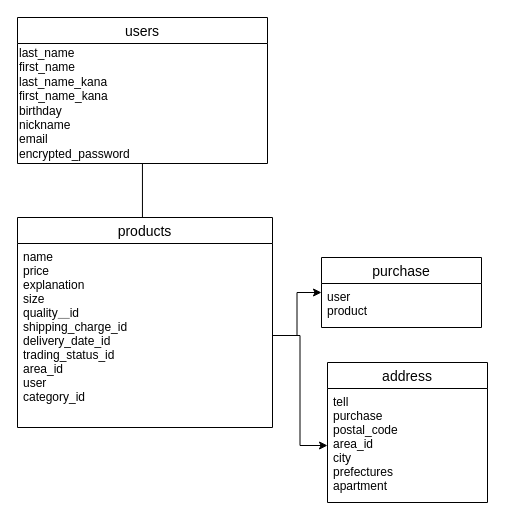
kousu0530/furima-29586 keeps this draw.io diagram as furima.dio. Above is the earlier version. Source tidied: cells renumbered, new cells numbered last; positions are measured from the earlier drawing's top-left corner, leaving out a move shared by most shapes. Both pictures are drawn from the tidied source at 100%, with x=0, y=0 at pixel (17, 17).
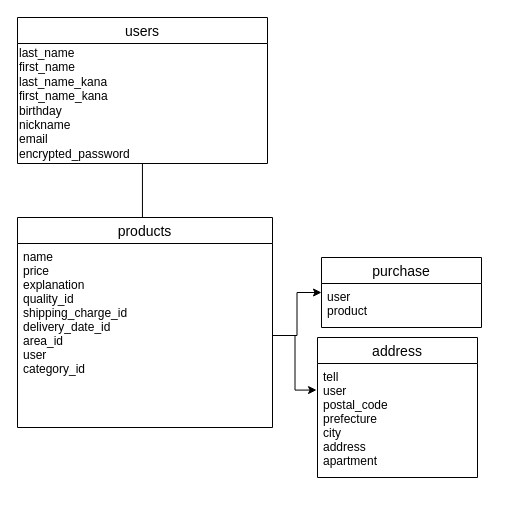
The same diagram, later.

What changed in the source:
```diff
@@
 <mxGraphModel>
   <root>
     <mxCell id="0" />
     <mxCell id="1" parent="0" />
     <mxCell id="2" style="edgeStyle=orthogonalEdgeStyle;rounded=0;jettySize=auto;html=1;entryX=0.49;entryY=0.048;entryDx=0;entryDy=0;entryPerimeter=0;" parent="1" edge="1" source="3" target="6">
       <mxGeometry relative="1" as="geometry" />
     </mxCell>
     <mxCell id="3" value="users" style="swimlane;fontStyle=0;horizontal=1;startSize=26;align=center;fontSize=14;" parent="1" vertex="1">
       <mxGeometry width="250" height="146" as="geometry" />
     </mxCell>
-    <mxCell id="4" value="last_name&amp;nbsp;&lt;br&gt;first_name&lt;br&gt;last_name_kana&lt;br&gt;first_name_kana&lt;br&gt;birthday&lt;br&gt;nickname&lt;br&gt;email&lt;br&gt;encrypted_password" style="text;html=1;align=left;verticalAlign=middle;" parent="3" vertex="1">
+    <mxCell id="4" value="last_name&amp;nbsp;&lt;br&gt;first_name&lt;br&gt;last_name_kana&lt;br&gt;first_name_kana&lt;br&gt;birthday&lt;br&gt;nickname&lt;br&gt;email&lt;font color=&quot;#d4d4d4&quot; face=&quot;menlo, monaco, courier new, monospace&quot;&gt;&lt;span style=&quot;background-color: rgb(30 , 30 , 30)&quot;&gt;&lt;br&gt;&lt;/span&gt;&lt;/font&gt;encrypted_password" style="text;html=1;align=left;verticalAlign=middle;" parent="3" vertex="1">
       <mxGeometry y="26" width="250" height="120" as="geometry" />
     </mxCell>
-    <mxCell id="5" value="&lt;h1&gt;&lt;br&gt;&lt;/h1&gt;" style="text;html=1;align=center;verticalAlign=middle;" parent="1" vertex="1">
-      <mxGeometry x="80" y="95" width="20" height="50" as="geometry" />
-    </mxCell>
     <mxCell id="6" value="products" style="swimlane;fontStyle=0;horizontal=1;startSize=26;align=center;fontSize=14;strokeWidth=1;" parent="1" vertex="1">
       <mxGeometry y="200" width="255" height="210" as="geometry" />
     </mxCell>
-    <mxCell id="7" value="name&#10;price&#10;explanation&#10;size&#10;quality＿id&#10;shipping_charge_id&#10;delivery_date_id&#10;trading_status_id&#10;area_id&#10;user&#10;category_id&#10;" style="text;strokeColor=none;fillColor=none;spacingLeft=4;spacingRight=4;overflow=hidden;points=[[0,0.5],[1,0.5]];portConstraint=eastwest;fontSize=12;" parent="6" vertex="1">
+    <mxCell id="7" value="name&#10;price&#10;explanation&#10;quality_id&#10;shipping_charge_id&#10;delivery_date_id&#10;area_id&#10;user&#10;category_id&#10;" style="text;strokeColor=none;fillColor=none;spacingLeft=4;spacingRight=4;overflow=hidden;points=[[0,0.5],[1,0.5]];portConstraint=eastwest;fontSize=12;" parent="6" vertex="1">
       <mxGeometry y="26" width="255" height="184" as="geometry" />
     </mxCell>
     <mxCell id="8" value="purchase" style="swimlane;fontStyle=0;horizontal=1;startSize=26;align=center;fontSize=14;strokeWidth=1;" parent="1" vertex="1">
       <mxGeometry x="304" y="240" width="160" height="70" as="geometry" />
     </mxCell>
     <mxCell id="9" value="user&#10;product" style="text;strokeColor=none;fillColor=none;spacingLeft=4;spacingRight=4;overflow=hidden;fontSize=12;" parent="8" vertex="1">
       <mxGeometry y="26" width="160" height="44" as="geometry" />
     </mxCell>
     <mxCell id="10" style="edgeStyle=orthogonalEdgeStyle;rounded=0;jettySize=auto;html=1;exitX=1;exitY=0.5;exitDx=0;exitDy=0;entryX=0;entryY=0.5;entryDx=0;entryDy=0;" parent="1" edge="1" source="7" target="8">
       <mxGeometry relative="1" as="geometry" />
     </mxCell>
-    <mxCell id="11" value="address" style="swimlane;fontStyle=0;horizontal=1;startSize=26;align=center;fontSize=14;strokeWidth=1;" parent="1" vertex="1">
-      <mxGeometry x="310" y="345" width="160" height="140" as="geometry" />
-    </mxCell>
-    <mxCell id="12" value="tell&#10;purchase&#10;postal_code&#10;area_id&#10;city&#10;prefectures&#10;apartment" style="text;strokeColor=none;fillColor=none;spacingLeft=4;spacingRight=4;overflow=hidden;points=[[0,0.5],[1,0.5]];portConstraint=eastwest;fontSize=12;" parent="11" vertex="1">
-      <mxGeometry y="26" width="160" height="114" as="geometry" />
-    </mxCell>
-    <mxCell id="13" style="edgeStyle=orthogonalEdgeStyle;rounded=0;jettySize=auto;html=1;exitX=1;exitY=0.5;exitDx=0;exitDy=0;" parent="1" edge="1" source="7" target="12">
-      <mxGeometry relative="1" as="geometry" />
+    <mxCell id="13" value="address" style="swimlane;fontStyle=0;horizontal=1;startSize=26;align=center;fontSize=14;" parent="1" vertex="1">
+      <mxGeometry x="300" y="320" width="160" height="140" as="geometry" />
     </mxCell>
+    <mxCell id="14" value="tell&#10;user&#10;postal_code&#10;prefecture&#10;city&#10;address&#10;apartment&#10;" style="text;strokeColor=none;fillColor=none;spacingLeft=4;spacingRight=4;overflow=hidden;points=[[0,0.5],[1,0.5]];portConstraint=eastwest;fontSize=12;" parent="13" vertex="1">
+      <mxGeometry y="26" width="160" height="114" as="geometry" />
+    </mxCell>
+    <mxCell id="15" style="edgeStyle=orthogonalEdgeStyle;rounded=0;jettySize=auto;html=1;entryX=-0.006;entryY=0.233;entryDx=0;entryDy=0;entryPerimeter=0;" parent="1" edge="1" source="7" target="14">
+      <mxGeometry relative="1" as="geometry" />
+    </mxCell>
   </root>
 </mxGraphModel>
```
